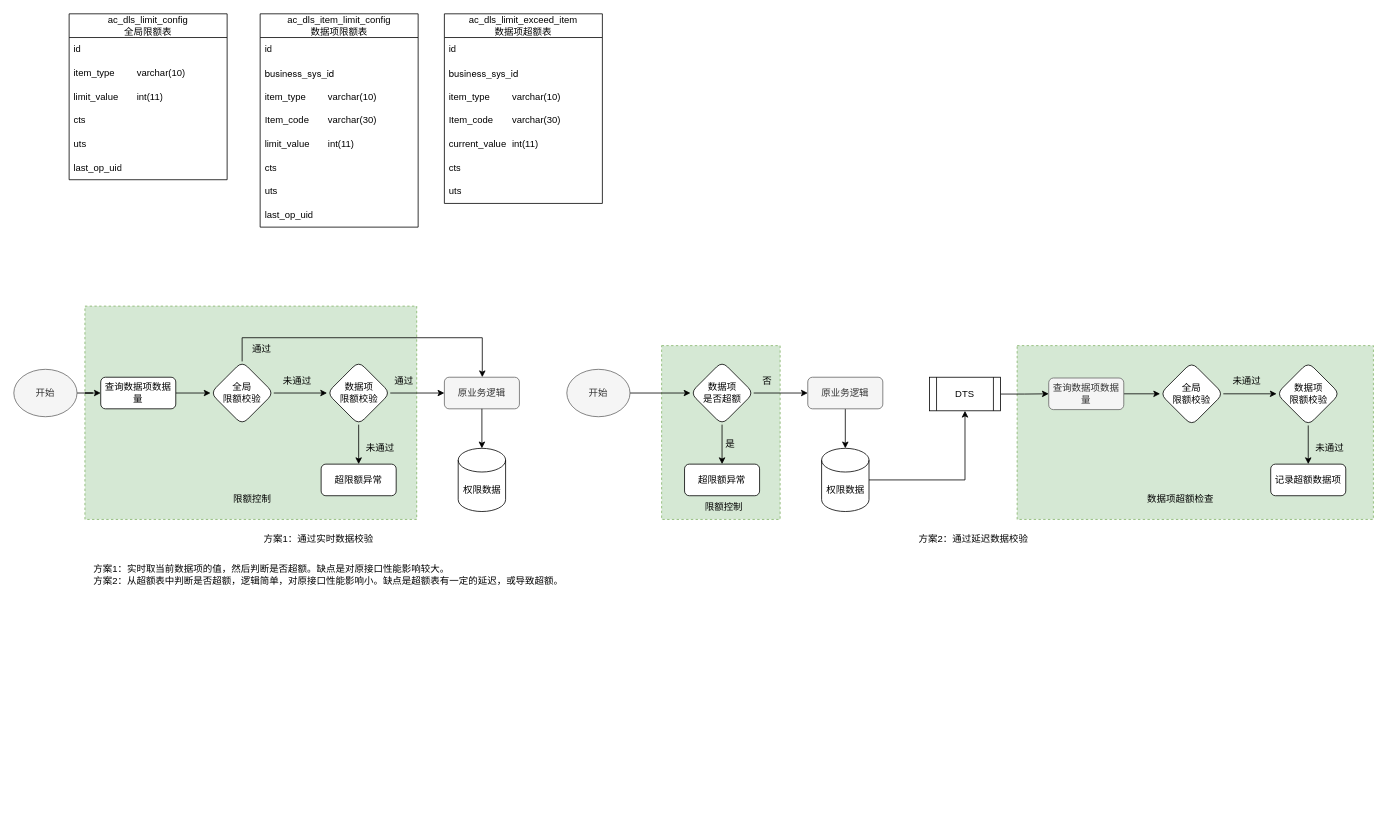
Before: 限额模块.drawio in yamilinqh/spicedb, a draw.io diagram. Source tidied: cells renumbered, new cells numbered last; positions are measured from the earlier drawing's top-left corner, leaving out a move shared by most shapes. Both pictures are drawn from the tidied source at 79%, with x=0, y=0 at pixel (13, 13).
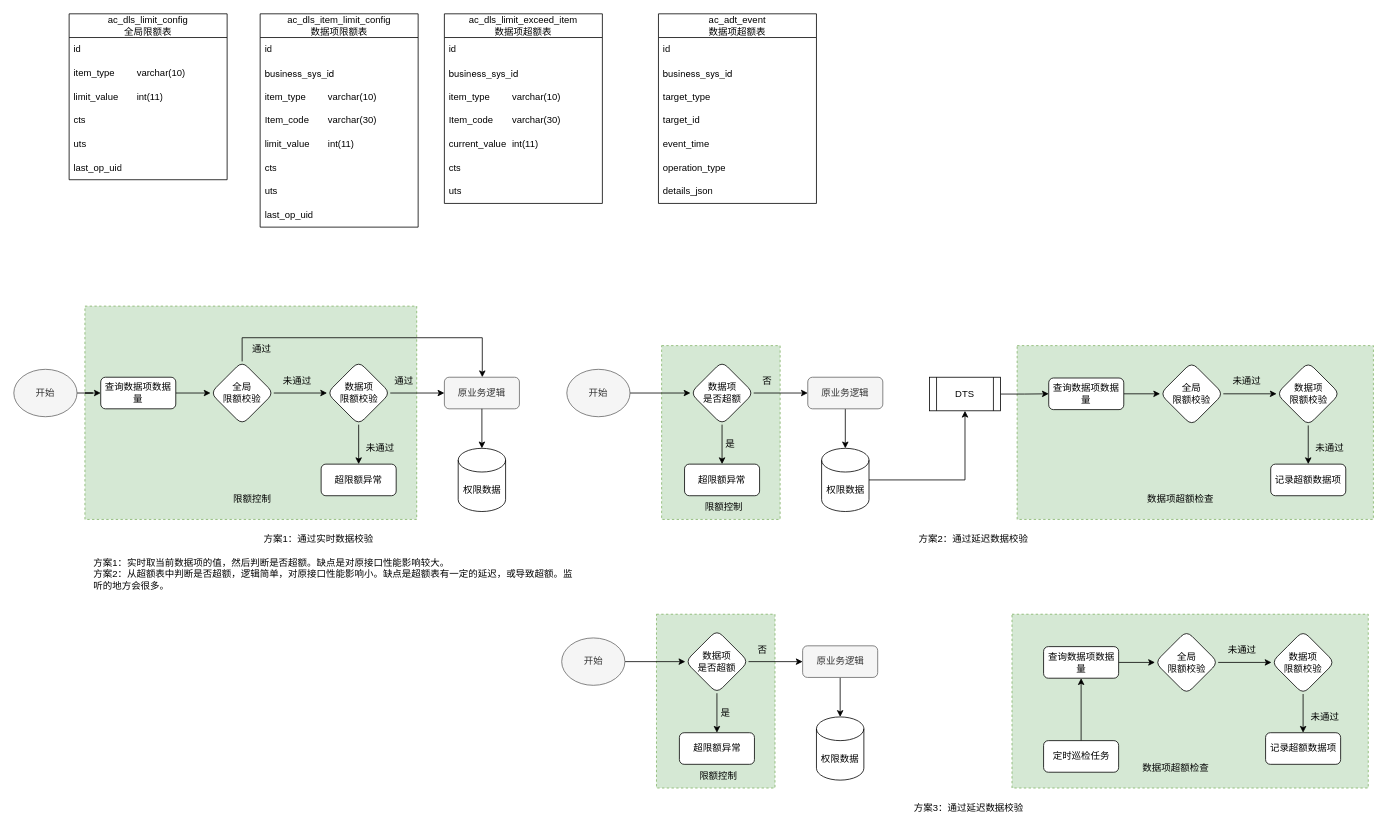
Above is the later version.

The edit, as a diff of the source:
```diff
@@
-    <mxCell id="56" value="方案1：实时取当前数据项的值，然后判断是否超额。缺点是对原接口性能影响较大。&lt;br&gt;方案2：从超额表中判断是否超额，逻辑简单，对原接口性能影响小。缺点是超额表有一定的延迟，或导致超额。" style="text;html=1;align=left;verticalAlign=middle;whiteSpace=wrap;rounded=0;" parent="1" vertex="1">
+    <mxCell id="56" value="方案1：实时取当前数据项的值，然后判断是否超额。缺点是对原接口性能影响较大。&lt;br&gt;方案2：从超额表中判断是否超额，逻辑简单，对原接口性能影响小。缺点是超额表有一定的延迟，或导致超额。监听的地方会很多。" style="text;html=1;align=left;verticalAlign=middle;whiteSpace=wrap;rounded=0;" parent="1" vertex="1">
       <mxGeometry x="98.5" y="680" width="611.5" height="60" as="geometry" />
     </mxCell>
@@
-    <mxCell id="75" value="查询数据项数据量" style="whiteSpace=wrap;html=1;rounded=1;fillColor=#f5f5f5;strokeColor=#666666;fontColor=#333333;" parent="1" vertex="1">
+    <mxCell id="75" value="查询数据项数据量" style="whiteSpace=wrap;html=1;rounded=1;" parent="1" vertex="1">
       <mxGeometry x="1310" y="461" width="95" height="40" as="geometry" />
     </mxCell>
+    <mxCell id="76" style="rounded=0;whiteSpace=wrap;html=1;dashed=1;fillColor=#d5e8d4;strokeColor=#82b366;" parent="1" vertex="1">
+      <mxGeometry x="1263.5" y="760" width="451" height="220" as="geometry" />
+    </mxCell>
+    <mxCell id="77" style="rounded=0;whiteSpace=wrap;html=1;dashed=1;fillColor=#d5e8d4;strokeColor=#82b366;" parent="1" vertex="1">
+      <mxGeometry x="813.5" y="760" width="150" height="220" as="geometry" />
+    </mxCell>
+    <mxCell id="78" style="edgeStyle=orthogonalEdgeStyle;rounded=0;jettySize=auto;html=1;" parent="1" edge="1" source="80" target="82">
+      <mxGeometry relative="1" as="geometry" />
+    </mxCell>
+    <mxCell id="79" style="edgeStyle=orthogonalEdgeStyle;rounded=0;jettySize=auto;html=1;" parent="1" edge="1" source="80" target="83">
+      <mxGeometry relative="1" as="geometry" />
+    </mxCell>
+    <mxCell id="80" value="数据项&lt;br&gt;是否超额" style="rhombus;whiteSpace=wrap;html=1;rounded=1;" parent="1" vertex="1">
+      <mxGeometry x="850" y="780" width="80" height="80" as="geometry" />
+    </mxCell>
+    <mxCell id="81" style="edgeStyle=orthogonalEdgeStyle;rounded=0;jettySize=auto;html=1;" parent="1" edge="1" source="82" target="89">
+      <mxGeometry relative="1" as="geometry" />
+    </mxCell>
+    <mxCell id="82" value="原业务逻辑" style="whiteSpace=wrap;html=1;rounded=1;fillColor=#f5f5f5;strokeColor=#666666;fontColor=#333333;" parent="1" vertex="1">
+      <mxGeometry x="998.5" y="800" width="95" height="40" as="geometry" />
+    </mxCell>
+    <mxCell id="83" value="超限额异常" style="whiteSpace=wrap;html=1;rounded=1;" parent="1" vertex="1">
+      <mxGeometry x="842.5" y="910" width="95" height="40" as="geometry" />
+    </mxCell>
+    <mxCell id="84" value="否" style="text;html=1;align=center;verticalAlign=middle;whiteSpace=wrap;rounded=0;" parent="1" vertex="1">
+      <mxGeometry x="917.5" y="790" width="60" height="30" as="geometry" />
+    </mxCell>
+    <mxCell id="85" value="是" style="text;html=1;align=center;verticalAlign=middle;whiteSpace=wrap;rounded=0;" parent="1" vertex="1">
+      <mxGeometry x="870.8" y="870" width="60" height="30" as="geometry" />
+    </mxCell>
+    <mxCell id="86" style="edgeStyle=orthogonalEdgeStyle;rounded=0;jettySize=auto;html=1;" parent="1" edge="1" source="87" target="80">
+      <mxGeometry relative="1" as="geometry" />
+    </mxCell>
+    <mxCell id="87" value="开始" style="ellipse;whiteSpace=wrap;html=1;fillColor=#f5f5f5;strokeColor=#666666;fontColor=#333333;" parent="1" vertex="1">
+      <mxGeometry x="693.5" y="790" width="80" height="60" as="geometry" />
+    </mxCell>
+    <mxCell id="88" value="方案3：通过延迟数据校验" style="text;html=1;align=center;verticalAlign=middle;whiteSpace=wrap;rounded=0;" parent="1" vertex="1">
+      <mxGeometry x="1123.5" y="990" width="170" height="30" as="geometry" />
+    </mxCell>
+    <mxCell id="89" value="权限数据" style="shape=cylinder3;whiteSpace=wrap;html=1;boundedLbl=1;backgroundOutline=1;size=15;" parent="1" vertex="1">
+      <mxGeometry x="1016" y="890" width="60" height="80" as="geometry" />
+    </mxCell>
+    <mxCell id="90" style="edgeStyle=orthogonalEdgeStyle;rounded=0;jettySize=auto;html=1;" parent="1" edge="1" source="100" target="94">
+      <mxGeometry relative="1" as="geometry" />
+    </mxCell>
+    <mxCell id="91" value="限额控制" style="text;html=1;align=center;verticalAlign=middle;whiteSpace=wrap;rounded=0;" parent="1" vertex="1">
+      <mxGeometry x="850" y="950" width="83.5" height="30" as="geometry" />
+    </mxCell>
+    <mxCell id="92" value="数据项超额检查" style="text;html=1;align=center;verticalAlign=middle;whiteSpace=wrap;rounded=0;" parent="1" vertex="1">
+      <mxGeometry x="1425.5" y="940" width="90" height="30" as="geometry" />
+    </mxCell>
+    <mxCell id="93" style="edgeStyle=orthogonalEdgeStyle;rounded=0;jettySize=auto;html=1;" parent="1" edge="1" source="94" target="96">
+      <mxGeometry relative="1" as="geometry" />
+    </mxCell>
+    <mxCell id="94" value="全局&lt;br&gt;限额校验" style="rhombus;whiteSpace=wrap;html=1;rounded=1;" parent="1" vertex="1">
+      <mxGeometry x="1444.5" y="781" width="80" height="80" as="geometry" />
+    </mxCell>
+    <mxCell id="95" style="edgeStyle=orthogonalEdgeStyle;rounded=0;jettySize=auto;html=1;" parent="1" edge="1" source="96" target="97">
+      <mxGeometry relative="1" as="geometry" />
+    </mxCell>
+    <mxCell id="96" value="数据项&lt;br&gt;限额校验" style="rhombus;whiteSpace=wrap;html=1;rounded=1;" parent="1" vertex="1">
+      <mxGeometry x="1592" y="781" width="80" height="80" as="geometry" />
+    </mxCell>
+    <mxCell id="97" value="记录超额数据项" style="whiteSpace=wrap;html=1;rounded=1;" parent="1" vertex="1">
+      <mxGeometry x="1584.5" y="910" width="95" height="40" as="geometry" />
+    </mxCell>
+    <mxCell id="98" value="未通过" style="text;html=1;align=center;verticalAlign=middle;whiteSpace=wrap;rounded=0;" parent="1" vertex="1">
+      <mxGeometry x="1629.5" y="875" width="60" height="30" as="geometry" />
+    </mxCell>
+    <mxCell id="99" value="未通过" style="text;html=1;align=center;verticalAlign=middle;whiteSpace=wrap;rounded=0;" parent="1" vertex="1">
+      <mxGeometry x="1524.5" y="790" width="60" height="30" as="geometry" />
+    </mxCell>
+    <mxCell id="100" value="查询数据项数据量" style="whiteSpace=wrap;html=1;rounded=1;" parent="1" vertex="1">
+      <mxGeometry x="1303.5" y="801" width="95" height="40" as="geometry" />
+    </mxCell>
+    <mxCell id="101" style="edgeStyle=orthogonalEdgeStyle;rounded=0;jettySize=auto;html=1;" parent="1" edge="1" source="102" target="100">
+      <mxGeometry relative="1" as="geometry" />
+    </mxCell>
+    <mxCell id="102" value="定时巡检任务" style="whiteSpace=wrap;html=1;rounded=1;" parent="1" vertex="1">
+      <mxGeometry x="1303.5" y="920" width="95" height="40" as="geometry" />
+    </mxCell>
+    <mxCell id="103" value="ac_adt_event&lt;br&gt;数据项超额表" style="swimlane;fontStyle=0;horizontal=1;startSize=30;whiteSpace=wrap;html=1;" parent="1" vertex="1">
+      <mxGeometry x="816" width="200" height="240" as="geometry" />
+    </mxCell>
+    <mxCell id="104" value="id" style="text;strokeColor=none;fillColor=none;align=left;verticalAlign=middle;spacingLeft=4;spacingRight=4;overflow=hidden;whiteSpace=wrap;html=1;" parent="103" vertex="1">
+      <mxGeometry y="30" width="200" height="30" as="geometry" />
+    </mxCell>
+    <mxCell id="105" value="&lt;span style=&quot;font-family: &amp;quot;Helvetica Neue&amp;quot;, Helvetica, Arial, &amp;quot;PingFang SC&amp;quot;, &amp;quot;Heiti SC&amp;quot;, &amp;quot;Hiragino Sans GB&amp;quot;, &amp;quot;Microsoft YaHei&amp;quot;, sans-serif;&quot;&gt;business_sys_id&lt;/span&gt;" style="text;strokeColor=none;fillColor=none;align=left;verticalAlign=middle;spacingLeft=4;spacingRight=4;overflow=hidden;whiteSpace=wrap;html=1;" parent="103" vertex="1">
+      <mxGeometry y="60" width="200" height="30" as="geometry" />
+    </mxCell>
+    <mxCell id="106" value="target_type" style="text;strokeColor=none;fillColor=none;align=left;verticalAlign=middle;spacingLeft=4;spacingRight=4;overflow=hidden;whiteSpace=wrap;html=1;" parent="103" vertex="1">
+      <mxGeometry y="90" width="200" height="30" as="geometry" />
+    </mxCell>
+    <mxCell id="107" value="target_id" style="text;strokeColor=none;fillColor=none;align=left;verticalAlign=middle;spacingLeft=4;spacingRight=4;overflow=hidden;whiteSpace=wrap;html=1;" parent="103" vertex="1">
+      <mxGeometry y="120" width="200" height="30" as="geometry" />
+    </mxCell>
+    <mxCell id="108" value="event_time" style="text;strokeColor=none;fillColor=none;align=left;verticalAlign=middle;spacingLeft=4;spacingRight=4;overflow=hidden;whiteSpace=wrap;html=1;" parent="103" vertex="1">
+      <mxGeometry y="150" width="200" height="30" as="geometry" />
+    </mxCell>
+    <mxCell id="109" value="operation_type" style="text;strokeColor=none;fillColor=none;align=left;verticalAlign=middle;spacingLeft=4;spacingRight=4;overflow=hidden;whiteSpace=wrap;html=1;" parent="103" vertex="1">
+      <mxGeometry y="180" width="200" height="30" as="geometry" />
+    </mxCell>
+    <mxCell id="110" value="details_json" style="text;strokeColor=none;fillColor=none;align=left;verticalAlign=middle;spacingLeft=4;spacingRight=4;overflow=hidden;whiteSpace=wrap;html=1;" parent="103" vertex="1">
+      <mxGeometry y="210" width="200" height="30" as="geometry" />
+    </mxCell>
```
